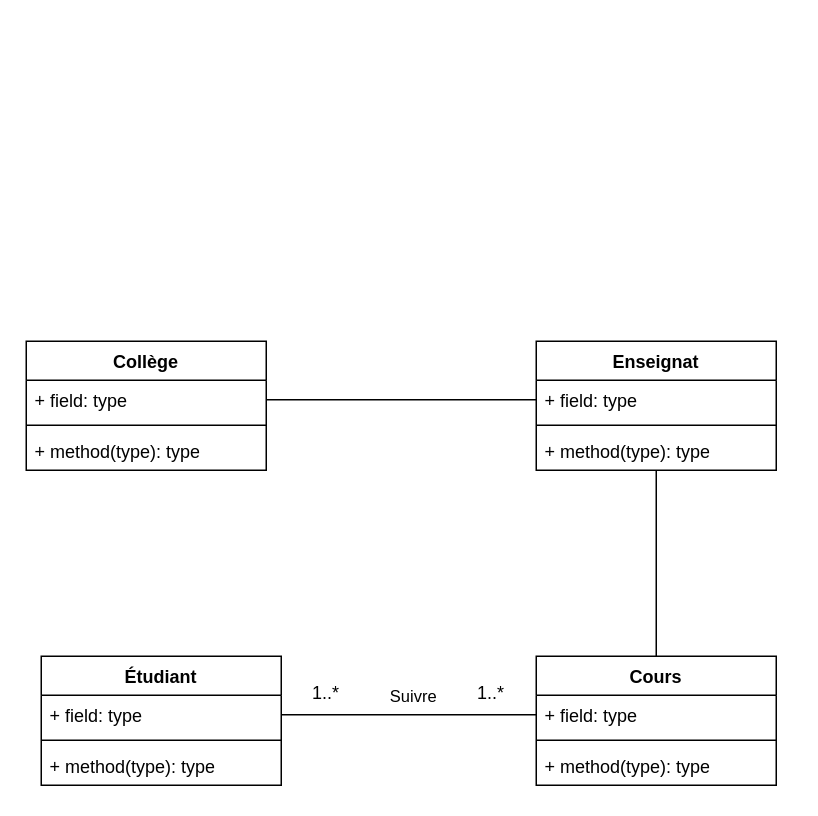
zeuss32/analyse-et-modelisation-lab1 keeps this draw.io diagram as page "Gestion de collèges" (6 of 6) of UML.drawio. Above is the earlier version. Source tidied: cells renumbered, new cells numbered last; positions are measured from the earlier drawing's top-left corner, leaving out a move shared by most shapes. Both pictures are drawn from the tidied source at 150%, with x=0, y=0 at pixel (26, 340).
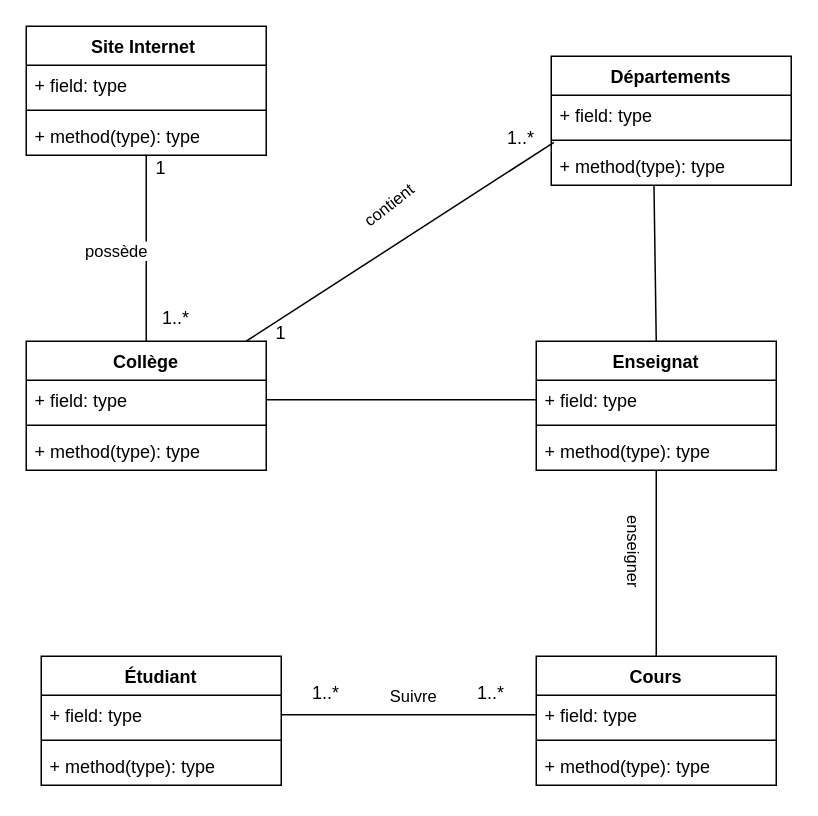
Above is the later version.

Commit message:
Mettre à jour UML.drawio

Unchanged cells that the change refers to:
```xml
<mxCell id="2" value="Collège" style="swimlane;fontStyle=1;align=center;verticalAlign=top;horizontal=1;startSize=26;whiteSpace=wrap;html=1;" parent="1" vertex="1">
  <mxGeometry width="160" height="86" as="geometry" />
</mxCell>
<mxCell id="6" value="Enseignat" style="swimlane;fontStyle=1;align=center;verticalAlign=top;horizontal=1;startSize=26;whiteSpace=wrap;html=1;" parent="1" vertex="1">
  <mxGeometry x="340" width="160" height="86" as="geometry" />
</mxCell>
<mxCell id="14" style="edgeStyle=orthogonalEdgeStyle;rounded=0;jettySize=auto;html=1;endArrow=none;endFill=0;entryX=0.5;entryY=1;entryDx=0;entryDy=0;" parent="1" edge="1" source="15" target="6">
  <mxGeometry relative="1" as="geometry" />
</mxCell>
```

What changed in the source:
```diff
@@
+    <mxCell id="24" style="rounded=0;jettySize=auto;html=1;exitX=0.5;exitY=0;exitDx=0;exitDy=0;entryX=0.428;entryY=0.992;entryDx=0;entryDy=0;entryPerimeter=0;endArrow=none;endFill=0;" parent="1" edge="1" source="6" target="34">
+      <mxGeometry relative="1" as="geometry" />
+    </mxCell>
@@
+    <mxCell id="25" value="enseigner" style="edgeLabel;html=1;align=center;verticalAlign=middle;rotation=90;" parent="14" vertex="1">
+      <mxGeometry x="0.06" y="2" relative="1" as="geometry">
+        <mxPoint x="-12" y="-5" as="offset" />
+      </mxGeometry>
+    </mxCell>
@@
+    <mxCell id="26" value="Site Internet&amp;nbsp;" style="swimlane;fontStyle=1;align=center;verticalAlign=top;horizontal=1;startSize=26;whiteSpace=wrap;html=1;" parent="1" vertex="1">
+      <mxGeometry y="-210" width="160" height="86" as="geometry" />
+    </mxCell>
+    <mxCell id="27" value="+ field: type" style="text;strokeColor=none;fillColor=none;align=left;verticalAlign=top;spacingLeft=4;spacingRight=4;overflow=hidden;whiteSpace=wrap;html=1;" parent="26" vertex="1">
+      <mxGeometry y="26" width="160" height="26" as="geometry" />
+    </mxCell>
+    <mxCell id="28" style="line;strokeWidth=1;fillColor=none;align=left;verticalAlign=middle;spacingTop=-1;spacingLeft=3;spacingRight=3;labelPosition=right;strokeColor=inherit;" parent="26" vertex="1">
+      <mxGeometry y="52" width="160" height="8" as="geometry" />
+    </mxCell>
+    <mxCell id="29" value="+ method(type): type" style="text;strokeColor=none;fillColor=none;align=left;verticalAlign=top;spacingLeft=4;spacingRight=4;overflow=hidden;points=[[0,0.5],[1,0.5]];portConstraint=eastwest;whiteSpace=wrap;html=1;" parent="26" vertex="1">
+      <mxGeometry y="60" width="160" height="26" as="geometry" />
+    </mxCell>
+    <mxCell id="30" value="possède" style="edgeStyle=orthogonalEdgeStyle;rounded=0;jettySize=auto;html=1;entryX=0.5;entryY=0.988;entryDx=0;entryDy=0;entryPerimeter=0;endArrow=none;endFill=0;" parent="1" edge="1" source="2" target="29">
+      <mxGeometry x="-0.03" y="20" relative="1" as="geometry" />
+    </mxCell>
+    <mxCell id="31" value="Départements" style="swimlane;fontStyle=1;align=center;verticalAlign=top;horizontal=1;startSize=26;whiteSpace=wrap;html=1;" parent="1" vertex="1">
+      <mxGeometry x="350" y="-190" width="160" height="86" as="geometry" />
+    </mxCell>
+    <mxCell id="32" value="+ field: type" style="text;strokeColor=none;fillColor=none;align=left;verticalAlign=top;spacingLeft=4;spacingRight=4;overflow=hidden;whiteSpace=wrap;html=1;" parent="31" vertex="1">
+      <mxGeometry y="26" width="160" height="26" as="geometry" />
+    </mxCell>
+    <mxCell id="33" style="line;strokeWidth=1;fillColor=none;align=left;verticalAlign=middle;spacingTop=-1;spacingLeft=3;spacingRight=3;labelPosition=right;strokeColor=inherit;" parent="31" vertex="1">
+      <mxGeometry y="52" width="160" height="8" as="geometry" />
+    </mxCell>
+    <mxCell id="34" value="+ method(type): type" style="text;strokeColor=none;fillColor=none;align=left;verticalAlign=top;spacingLeft=4;spacingRight=4;overflow=hidden;points=[[0,0.5],[1,0.5]];portConstraint=eastwest;whiteSpace=wrap;html=1;" parent="31" vertex="1">
+      <mxGeometry y="60" width="160" height="26" as="geometry" />
+    </mxCell>
+    <mxCell id="35" style="rounded=0;jettySize=auto;html=1;entryX=0.011;entryY=-0.1;entryDx=0;entryDy=0;entryPerimeter=0;endArrow=none;endFill=0;" parent="1" edge="1" source="2" target="34">
+      <mxGeometry relative="1" as="geometry" />
+    </mxCell>
+    <mxCell id="36" value="contient" style="edgeLabel;html=1;align=center;verticalAlign=middle;rotation=-38;" parent="35" vertex="1">
+      <mxGeometry x="0.16" relative="1" as="geometry">
+        <mxPoint x="-25" y="-13" as="offset" />
+      </mxGeometry>
+    </mxCell>
+    <mxCell id="37" value="1" style="text;html=1;whiteSpace=wrap;strokeColor=none;fillColor=none;align=center;verticalAlign=middle;rounded=0;" parent="1" vertex="1">
+      <mxGeometry x="60" y="-130" width="60" height="30" as="geometry" />
+    </mxCell>
+    <mxCell id="38" value="1..*" style="text;html=1;whiteSpace=wrap;strokeColor=none;fillColor=none;align=center;verticalAlign=middle;rounded=0;" parent="1" vertex="1">
+      <mxGeometry x="70" y="-30" width="60" height="30" as="geometry" />
+    </mxCell>
+    <mxCell id="39" value="1" style="text;html=1;whiteSpace=wrap;strokeColor=none;fillColor=none;align=center;verticalAlign=middle;rounded=0;" parent="1" vertex="1">
+      <mxGeometry x="140" y="-20" width="60" height="30" as="geometry" />
+    </mxCell>
+    <mxCell id="40" value="1..*" style="text;html=1;whiteSpace=wrap;strokeColor=none;fillColor=none;align=center;verticalAlign=middle;rounded=0;" parent="1" vertex="1">
+      <mxGeometry x="300" y="-150" width="60" height="30" as="geometry" />
+    </mxCell>
```
